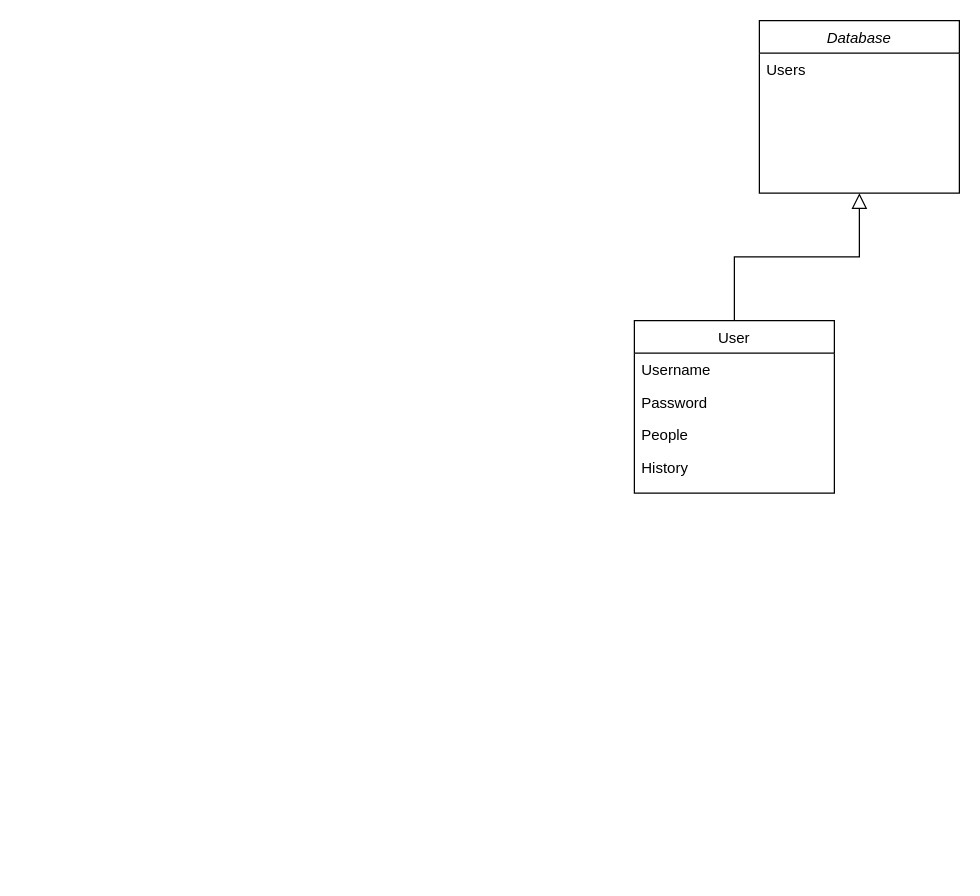
Earlier version of the draw.io diagram Untitled Diagram.drawio (oprylord/CSC307-Receipt-App). Source tidied: cells renumbered, new cells numbered last; positions are measured from the earlier drawing's top-left corner, leaving out a move shared by most shapes. Both pictures are drawn from the tidied source at 125%, with x=0, y=0 at pixel (634, 20).
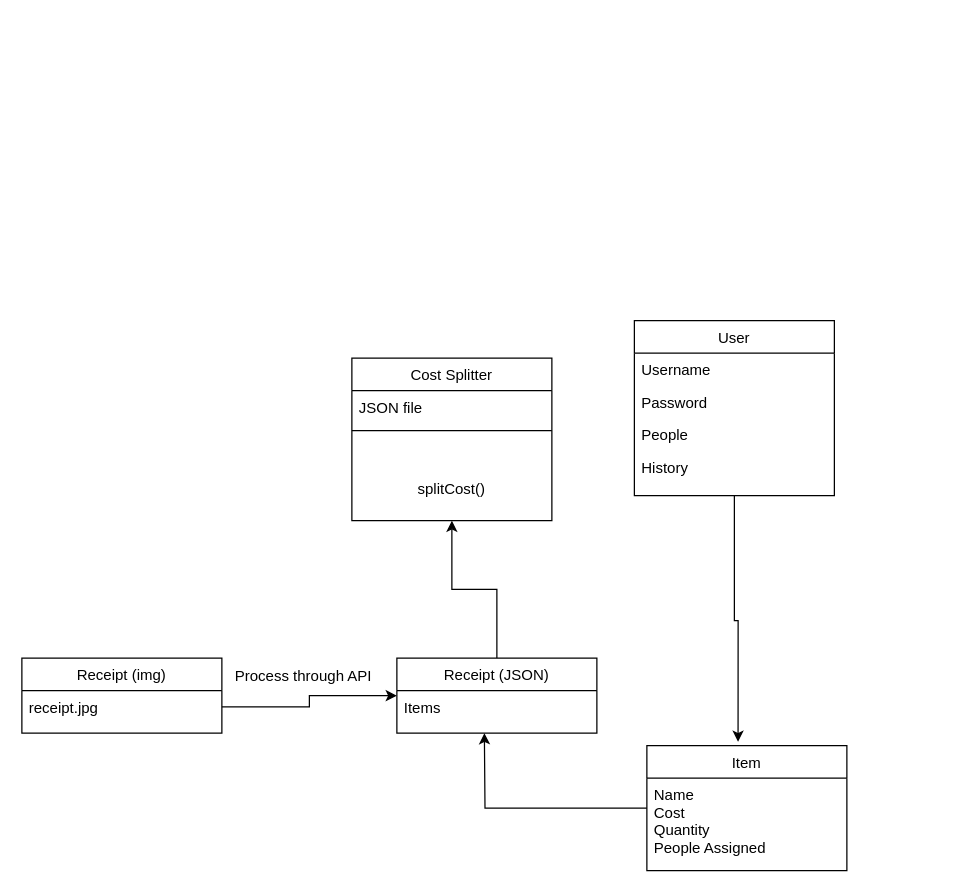
Above is the later version.

The edit, as a diff of the source:
```diff
@@
-    <mxCell id="2" value="Database" style="swimlane;fontStyle=2;align=center;verticalAlign=top;horizontal=1;startSize=26;rounded=0;shadow=0;strokeWidth=1;" parent="1" vertex="1">
-      <mxGeometry x="100" width="160" height="138" as="geometry" />
-    </mxCell>
-    <mxCell id="3" value="Users" style="text;align=left;verticalAlign=top;spacingLeft=4;spacingRight=4;overflow=hidden;" parent="2" vertex="1">
-      <mxGeometry y="26" width="160" height="26" as="geometry" />
-    </mxCell>
+    <mxCell id="10" style="edgeStyle=orthogonalEdgeStyle;rounded=0;jettySize=auto;html=1;entryX=0.456;entryY=-0.03;entryDx=0;entryDy=0;entryPerimeter=0;" parent="1" edge="1" source="4" target="19">
+      <mxGeometry relative="1" as="geometry" />
+    </mxCell>
     <mxCell id="4" value="User" style="swimlane;fontStyle=0;align=center;verticalAlign=top;horizontal=1;startSize=26;rounded=0;shadow=0;strokeWidth=1;" parent="1" vertex="1">
-      <mxGeometry y="240" width="160" height="138" as="geometry" />
+      <mxGeometry y="240" width="160" height="140" as="geometry" />
     </mxCell>
@@
-    <mxCell id="9" style="endArrow=block;endSize=10;endFill=0;shadow=0;strokeWidth=1;rounded=0;edgeStyle=elbowEdgeStyle;elbow=vertical;" parent="1" edge="1" source="4" target="2">
-      <mxGeometry relative="1" as="geometry" />
-    </mxCell>
+    <mxCell id="11" style="edgeStyle=orthogonalEdgeStyle;rounded=0;jettySize=auto;html=1;exitX=0.5;exitY=0;exitDx=0;exitDy=0;entryX=0.5;entryY=1;entryDx=0;entryDy=0;" parent="1" edge="1" source="12" target="21">
+      <mxGeometry relative="1" as="geometry" />
+    </mxCell>
+    <mxCell id="12" value="Receipt (JSON)" style="swimlane;fontStyle=0;align=center;verticalAlign=top;horizontal=1;startSize=26;rounded=0;shadow=0;strokeWidth=1;" parent="1" vertex="1">
+      <mxGeometry x="-190" y="510" width="160" height="60" as="geometry" />
+    </mxCell>
+    <mxCell id="13" value="Items" style="text;align=left;verticalAlign=top;spacingLeft=4;spacingRight=4;overflow=hidden;rounded=0;shadow=0;html=0;" parent="12" vertex="1">
+      <mxGeometry y="26" width="160" height="26" as="geometry" />
+    </mxCell>
+    <mxCell id="14" value="Receipt (img)" style="swimlane;fontStyle=0;align=center;verticalAlign=top;horizontal=1;startSize=26;rounded=0;shadow=0;strokeWidth=1;" parent="1" vertex="1">
+      <mxGeometry x="-490" y="510" width="160" height="60" as="geometry" />
+    </mxCell>
+    <mxCell id="15" value="receipt.jpg" style="text;align=left;verticalAlign=top;spacingLeft=4;spacingRight=4;overflow=hidden;points=[[0,0.5],[1,0.5]];portConstraint=eastwest;rounded=0;shadow=0;html=0;" parent="14" vertex="1">
+      <mxGeometry y="26" width="160" height="26" as="geometry" />
+    </mxCell>
+    <mxCell id="16" style="edgeStyle=orthogonalEdgeStyle;rounded=0;jettySize=auto;html=1;exitX=1;exitY=0.5;exitDx=0;exitDy=0;entryX=0;entryY=0.5;entryDx=0;entryDy=0;" parent="1" edge="1" source="15" target="12">
+      <mxGeometry relative="1" as="geometry" />
+    </mxCell>
+    <mxCell id="17" value="Process through API" style="text;html=1;align=center;verticalAlign=middle;strokeColor=none;fillColor=none;" parent="1" vertex="1">
+      <mxGeometry x="-330" y="510" width="130" height="30" as="geometry" />
+    </mxCell>
+    <mxCell id="18" style="edgeStyle=orthogonalEdgeStyle;rounded=0;jettySize=auto;html=1;" parent="1" edge="1" source="19">
+      <mxGeometry relative="1" as="geometry">
+        <mxPoint x="-120" y="570" as="targetPoint" />
+      </mxGeometry>
+    </mxCell>
+    <mxCell id="19" value="Item" style="swimlane;fontStyle=0;align=center;verticalAlign=top;horizontal=1;startSize=26;rounded=0;shadow=0;strokeWidth=1;" parent="1" vertex="1">
+      <mxGeometry x="10" y="580" width="160" height="100" as="geometry" />
+    </mxCell>
+    <mxCell id="20" value="Name&#10;Cost&#10;Quantity&#10;People Assigned" style="text;align=left;verticalAlign=top;spacingLeft=4;spacingRight=4;overflow=hidden;rounded=0;shadow=0;html=0;" parent="19" vertex="1">
+      <mxGeometry y="26" width="160" height="74" as="geometry" />
+    </mxCell>
+    <mxCell id="21" value="Cost Splitter" style="swimlane;fontStyle=0;align=center;verticalAlign=top;horizontal=1;startSize=26;rounded=0;shadow=0;strokeWidth=1;" parent="1" vertex="1">
+      <mxGeometry x="-226" y="270" width="160" height="130" as="geometry" />
+    </mxCell>
+    <mxCell id="22" style="endArrow=none;html=1;rounded=0;entryX=1;entryY=0.5;entryDx=0;entryDy=0;exitX=0;exitY=0.5;exitDx=0;exitDy=0;" parent="21" edge="1" source="23" target="23">
+      <mxGeometry relative="1" as="geometry" />
+    </mxCell>
+    <mxCell id="23" value="JSON file" style="text;align=left;verticalAlign=top;spacingLeft=4;spacingRight=4;overflow=hidden;points=[[0,0.5],[1,0.5]];portConstraint=eastwest;rounded=0;shadow=0;html=0;" parent="21" vertex="1">
+      <mxGeometry y="26" width="160" height="64" as="geometry" />
+    </mxCell>
+    <mxCell id="24" value="splitCost()" style="text;html=1;strokeColor=none;fillColor=none;align=center;verticalAlign=middle;whiteSpace=wrap;rounded=0;" parent="21" vertex="1">
+      <mxGeometry y="90" width="160" height="30" as="geometry" />
+    </mxCell>
```
